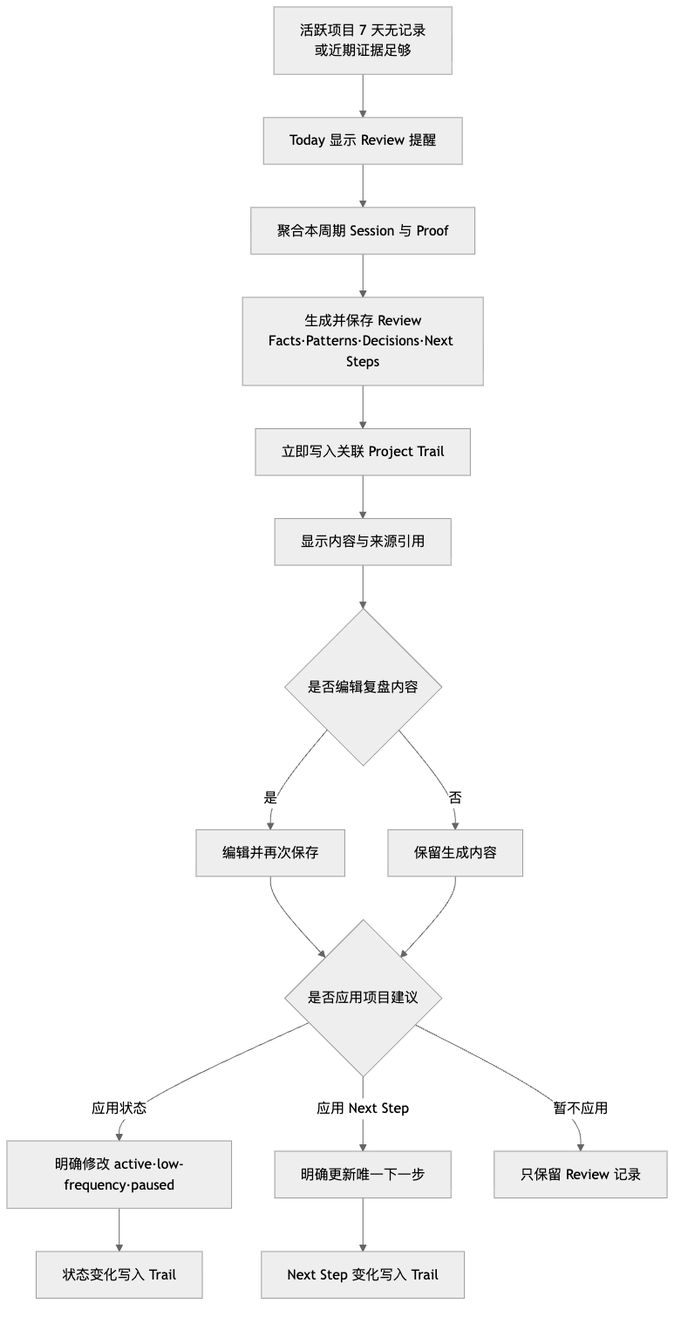
Panhe-C/self-study-studio keeps this Mermaid diagram as diagrams/product-review-flow.png. Above is the earlier version. Its source is kept beside it as diagrams/product-review-flow.mmd.
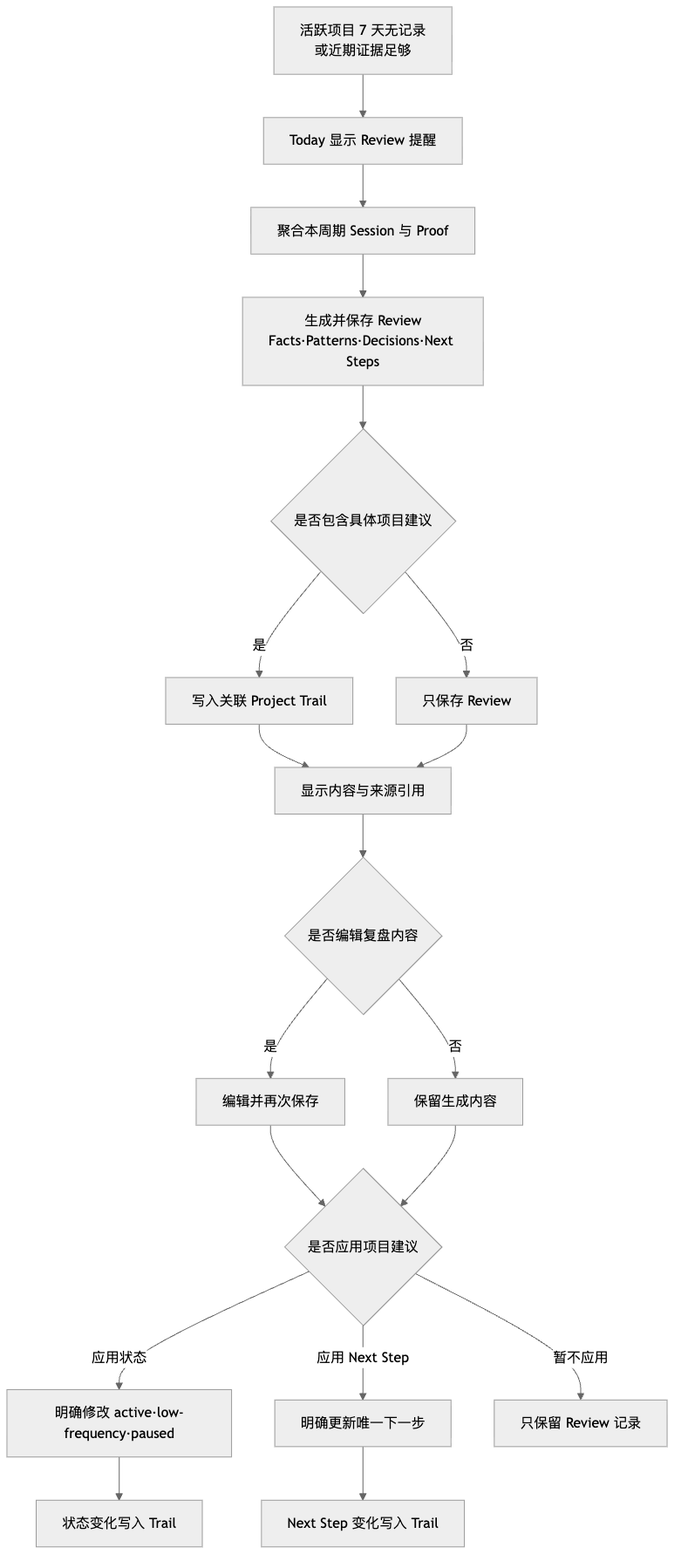
After the commit.

Diff of the diagram source:
```diff
@@ -2,15 +2,18 @@
   A[活跃项目 7 天无记录<br/>或近期证据足够] --> B[Today 显示 Review 提醒]
   B --> C[聚合本周期 Session 与 Proof]
   C --> D[生成并保存 Review<br/>Facts·Patterns·Decisions·Next Steps]
-  D --> E[立即写入关联 Project Trail]
-  E --> F[显示内容与来源引用]
-  F --> G{是否编辑复盘内容}
-  G -->|是| H[编辑并再次保存]
-  G -->|否| I[保留生成内容]
-  H --> J{是否应用项目建议}
-  I --> J
-  J -->|应用状态| K[明确修改 active·low-frequency·paused]
-  J -->|应用 Next Step| L[明确更新唯一下一步]
-  J -->|暂不应用| M[只保留 Review 记录]
-  K --> N[状态变化写入 Trail]
-  L --> O[Next Step 变化写入 Trail]
+  D --> E{是否包含具体项目建议}
+  E -->|是| F[写入关联 Project Trail]
+  E -->|否| G[只保存 Review]
+  F --> H[显示内容与来源引用]
+  G --> H
+  H --> I{是否编辑复盘内容}
+  I -->|是| J[编辑并再次保存]
+  I -->|否| K[保留生成内容]
+  J --> L{是否应用项目建议}
+  K --> L
+  L -->|应用状态| M[明确修改 active·low-frequency·paused]
+  L -->|应用 Next Step| N[明确更新唯一下一步]
+  L -->|暂不应用| O[只保留 Review 记录]
+  M --> P[状态变化写入 Trail]
+  N --> Q[Next Step 变化写入 Trail]
```
